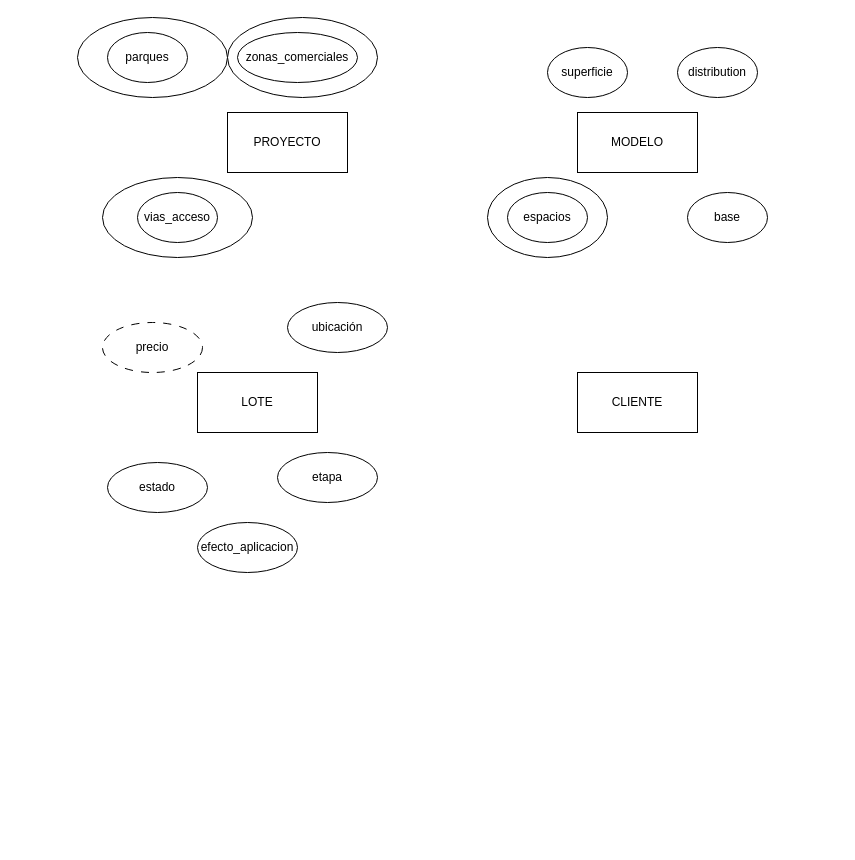
The draw.io diagram 127001.drawio in ManuelAleman/Diagrams, before the edit. Source tidied: cells renumbered, new cells numbered last; positions are measured from the earlier drawing's top-left corner, leaving out a move shared by most shapes. Both pictures are drawn from the tidied source at 100%, with x=0, y=0 at pixel (77, 17).
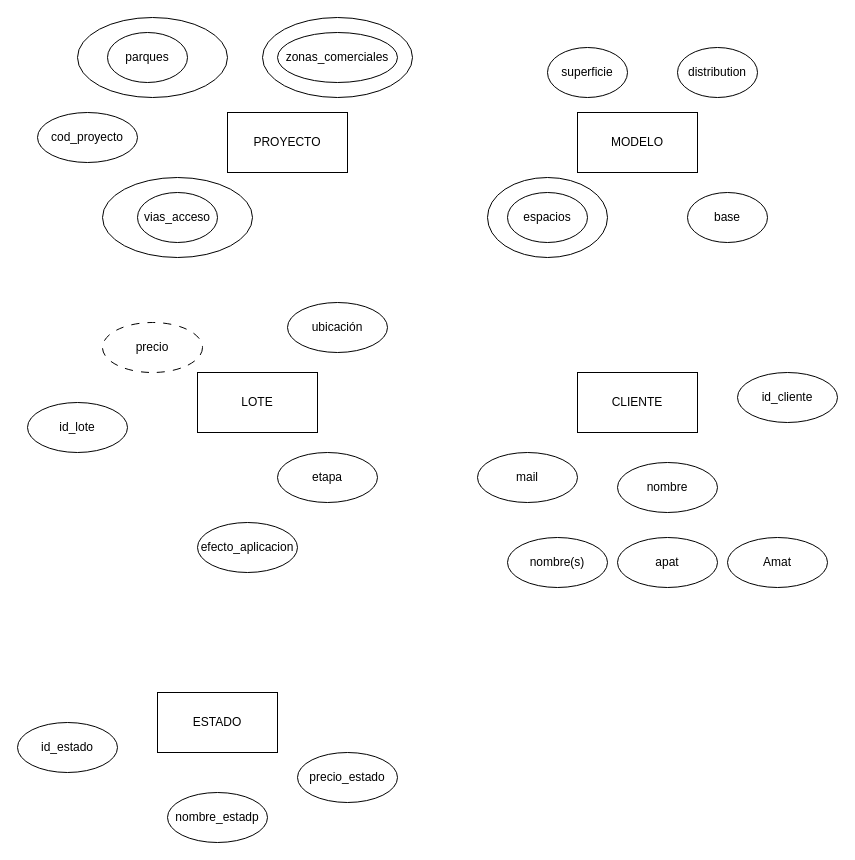
After the change.

The edit, as a diff of the source:
```diff
@@
     <mxCell id="5" style="ellipse;whiteSpace=wrap;html=1;" parent="1" vertex="1">
-      <mxGeometry x="150" width="150" height="80" as="geometry" />
+      <mxGeometry x="185" width="150" height="80" as="geometry" />
     </mxCell>
@@
     <mxCell id="9" value="zonas_comerciales" style="ellipse;whiteSpace=wrap;html=1;" parent="1" vertex="1">
-      <mxGeometry x="160" y="15" width="120" height="50" as="geometry" />
+      <mxGeometry x="200" y="15" width="120" height="50" as="geometry" />
     </mxCell>
@@
-    <mxCell id="17" value="estado" style="ellipse;whiteSpace=wrap;html=1;" parent="1" vertex="1">
-      <mxGeometry x="30" y="445" width="100" height="50" as="geometry" />
+    <mxCell id="17" value="nombre_estadp" style="ellipse;whiteSpace=wrap;html=1;" parent="1" vertex="1">
+      <mxGeometry x="90" y="775" width="100" height="50" as="geometry" />
     </mxCell>
@@
+    <mxCell id="22" value="id_cliente" style="ellipse;whiteSpace=wrap;html=1;" parent="1" vertex="1">
+      <mxGeometry x="660" y="355" width="100" height="50" as="geometry" />
+    </mxCell>
+    <mxCell id="23" value="id_lote" style="ellipse;whiteSpace=wrap;html=1;" parent="1" vertex="1">
+      <mxGeometry x="-50" y="385" width="100" height="50" as="geometry" />
+    </mxCell>
+    <mxCell id="24" value="cod_proyecto" style="ellipse;whiteSpace=wrap;html=1;" parent="1" vertex="1">
+      <mxGeometry x="-40" y="95" width="100" height="50" as="geometry" />
+    </mxCell>
+    <mxCell id="25" value="mail" style="ellipse;whiteSpace=wrap;html=1;" parent="1" vertex="1">
+      <mxGeometry x="400" y="435" width="100" height="50" as="geometry" />
+    </mxCell>
+    <mxCell id="26" value="nombre" style="ellipse;whiteSpace=wrap;html=1;" parent="1" vertex="1">
+      <mxGeometry x="540" y="445" width="100" height="50" as="geometry" />
+    </mxCell>
+    <mxCell id="27" value="nombre(s)" style="ellipse;whiteSpace=wrap;html=1;" parent="1" vertex="1">
+      <mxGeometry x="430" y="520" width="100" height="50" as="geometry" />
+    </mxCell>
+    <mxCell id="28" value="apat" style="ellipse;whiteSpace=wrap;html=1;" parent="1" vertex="1">
+      <mxGeometry x="540" y="520" width="100" height="50" as="geometry" />
+    </mxCell>
+    <mxCell id="29" value="Amat" style="ellipse;whiteSpace=wrap;html=1;" parent="1" vertex="1">
+      <mxGeometry x="650" y="520" width="100" height="50" as="geometry" />
+    </mxCell>
+    <mxCell id="30" value="ESTADO" style="rounded=0;whiteSpace=wrap;html=1;" parent="1" vertex="1">
+      <mxGeometry x="80" y="675" width="120" height="60" as="geometry" />
+    </mxCell>
+    <mxCell id="31" value="precio_estado" style="ellipse;whiteSpace=wrap;html=1;" parent="1" vertex="1">
+      <mxGeometry x="220" y="735" width="100" height="50" as="geometry" />
+    </mxCell>
+    <mxCell id="32" value="id_estado" style="ellipse;whiteSpace=wrap;html=1;" parent="1" vertex="1">
+      <mxGeometry x="-60" y="705" width="100" height="50" as="geometry" />
+    </mxCell>
```
